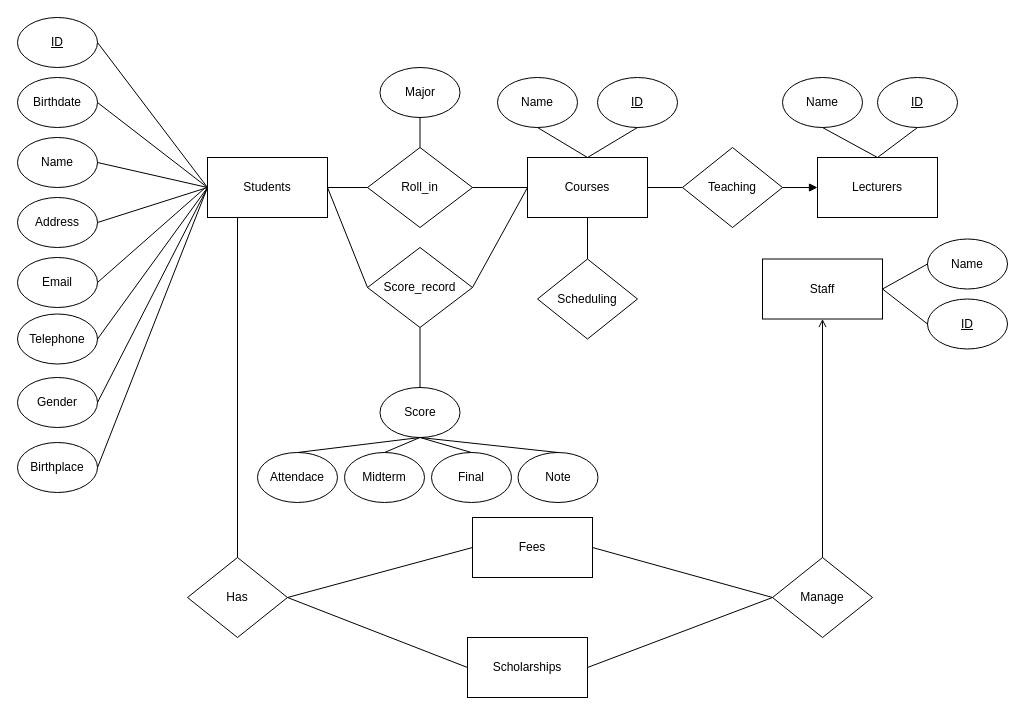
larycoder/Database_Project-students_mangement keeps this draw.io diagram as src/EDR.drawio. Above is the earlier version. Source tidied: cells renumbered, new cells numbered last; positions are measured from the earlier drawing's top-left corner, leaving out a move shared by most shapes. Both pictures are drawn from the tidied source at 100%, with x=0, y=0 at pixel (17, 17).
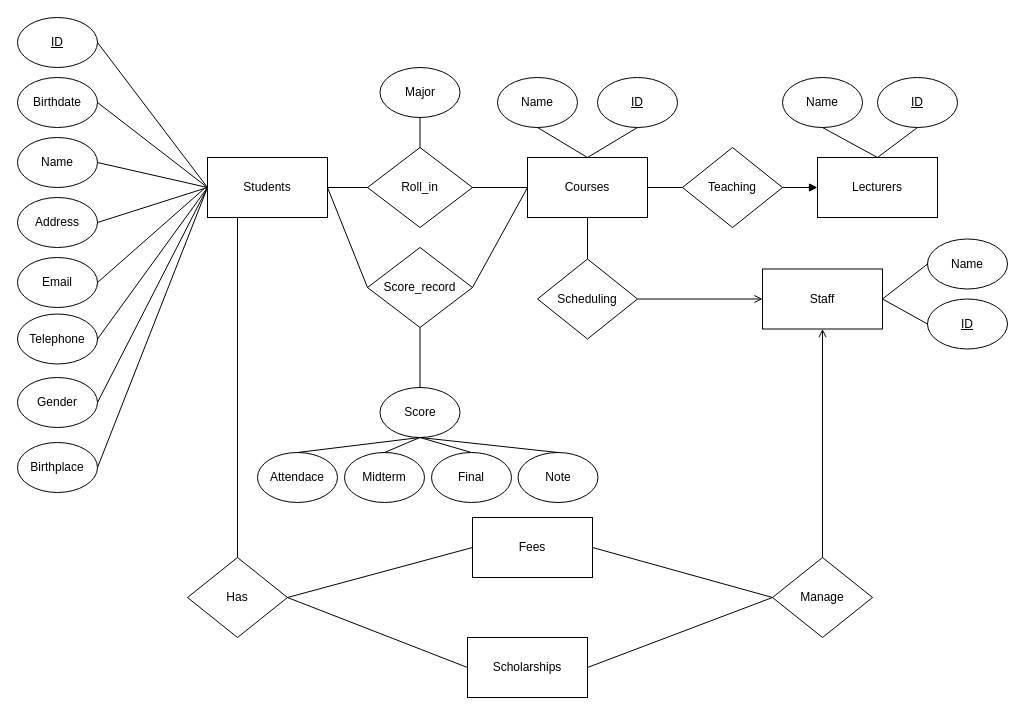
The same page after the edit.

Commit message (it also covers changes not shown here):
forget add relation for staff and courses

The change refers to these unchanged cells:
```xml
<mxCell id="8" value="Scheduling" style="rhombus;whiteSpace=wrap;html=1;" parent="1" vertex="1">
  <mxGeometry x="520" y="241.5" width="100" height="80" as="geometry" />
</mxCell>
```

Change to the diagram source:
```diff
@@
     <mxCell id="7" value="Staff" style="rounded=0;whiteSpace=wrap;html=1;" parent="1" vertex="1">
-      <mxGeometry x="745" y="241.5" width="120" height="60" as="geometry" />
+      <mxGeometry x="745" y="251.5" width="120" height="60" as="geometry" />
     </mxCell>
@@
+    <mxCell id="67" style="endArrow=open;html=1;entryX=0;entryY=0.5;entryDx=0;entryDy=0;exitX=1;exitY=0.5;exitDx=0;exitDy=0;endFill=0;" parent="1" edge="1" source="8" target="7">
+      <mxGeometry relative="1" as="geometry" />
+    </mxCell>
```
